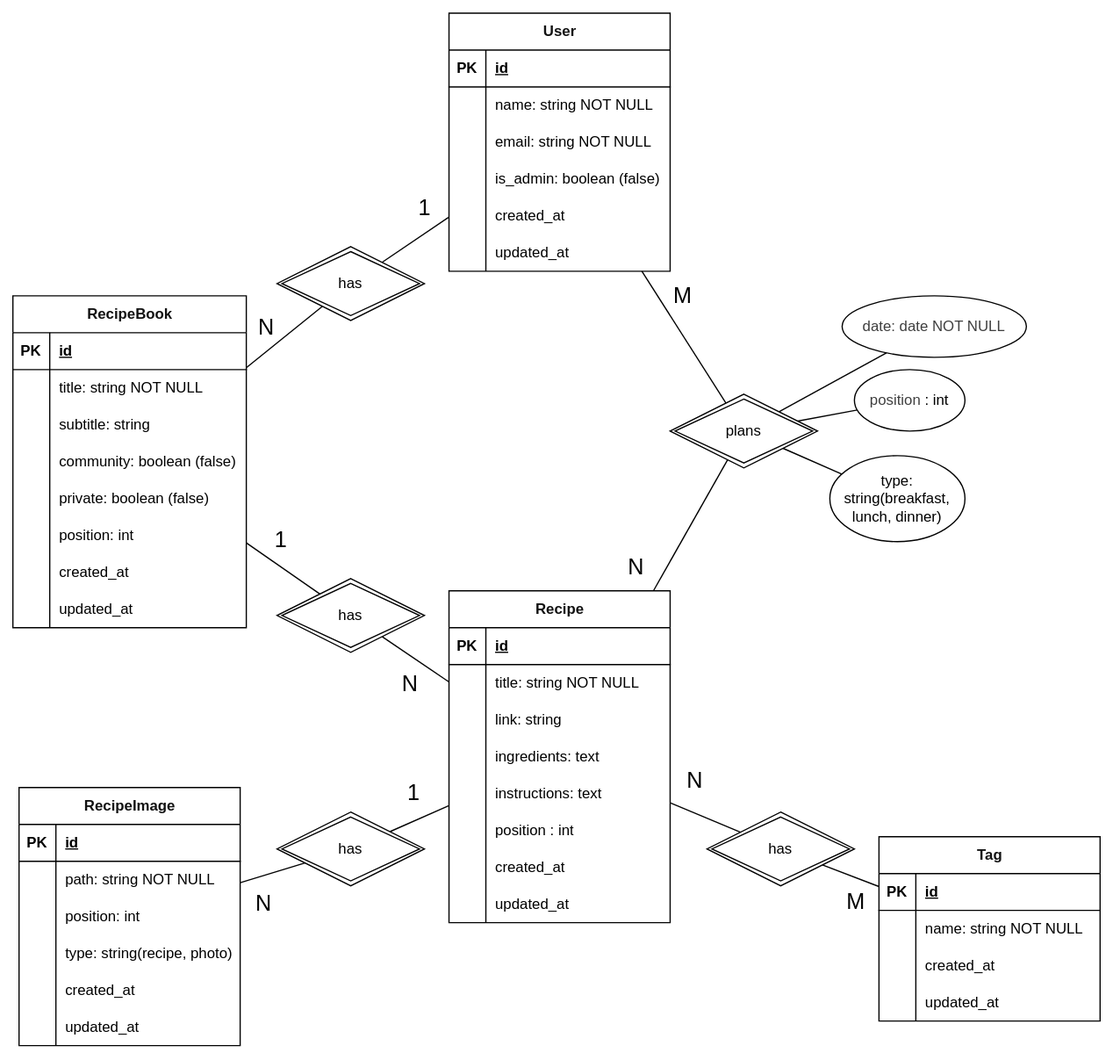
Before: docs/diagrams/db-schema.drawio.svg, a diagram exported from draw.io (lchristmann/recipe-manager). Source tidied: cells renumbered, new cells last; positions are measured from the earlier drawing's top-left corner, leaving out a move shared by most shapes.
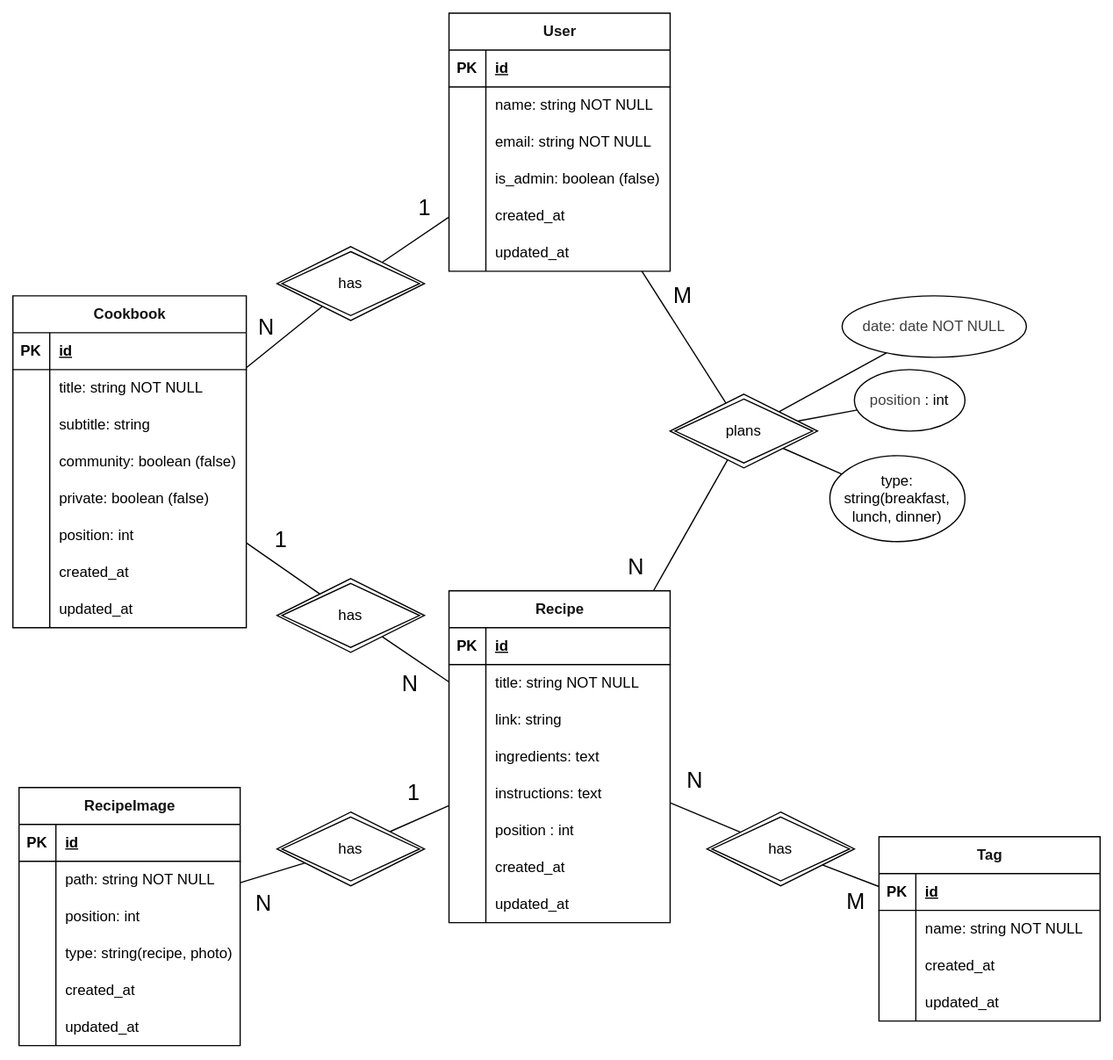
The same diagram one commit later.

Diff of the diagram source:
```diff
@@ -67,7 +67,7 @@
         <mxPoint x="-4" y="-16" as="offset" />
       </mxGeometry>
     </mxCell>
-    <mxCell id="23" value="&lt;span style=&quot;background-color: light-dark(#ffffff, var(--ge-dark-color, #121212));&quot;&gt;&lt;font style=&quot;color: rgb(18, 18, 18);&quot;&gt;RecipeBook&lt;/font&gt;&lt;/span&gt;" style="shape=table;startSize=30;rowLines=0;fontStyle=1;align=center;html=1;labelBackgroundColor=default;fillColor=#FFFFFF;" parent="1" vertex="1">
+    <mxCell id="23" value="&lt;span style=&quot;background-color: light-dark(#ffffff, var(--ge-dark-color, #121212));&quot;&gt;&lt;font style=&quot;color: rgb(18, 18, 18);&quot;&gt;Cookbook&lt;/font&gt;&lt;/span&gt;" style="shape=table;startSize=30;rowLines=0;fontStyle=1;align=center;html=1;labelBackgroundColor=default;fillColor=#FFFFFF;" parent="1" vertex="1">
       <mxGeometry y="230" width="190" height="270" as="geometry" />
     </mxCell>
     <mxCell id="24" style="shape=tableRow;horizontal=0;startSize=0;swimlaneHead=0;swimlaneBody=0;fillColor=none;top=0;left=0;right=0;bottom=1;" parent="23" vertex="1">
```
